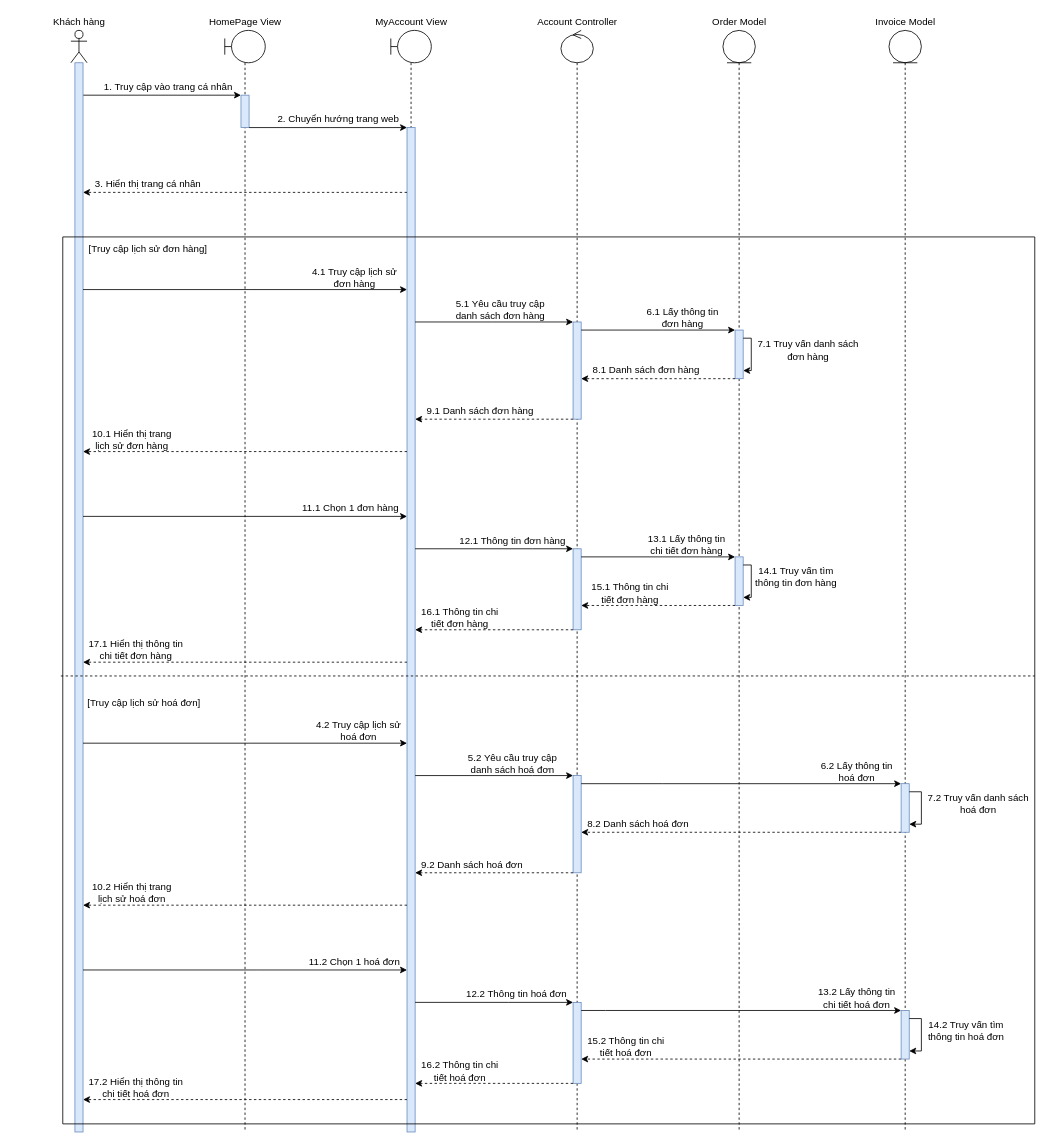
The draw.io diagram Nam3_HK1/CNPM_SoftTech/Sequence Diagrams/Nguyên Lộc/SD_XemLịchSửMuaHàng.drawio in EdgarIgnite16/SGU-Course, before the edit. Source tidied: cells renumbered, new cells numbered last; positions are measured from the earlier drawing's top-left corner, leaving out a move shared by most shapes. Both pictures are drawn from the tidied source at 81%, with x=0, y=0 at pixel (46, 14).
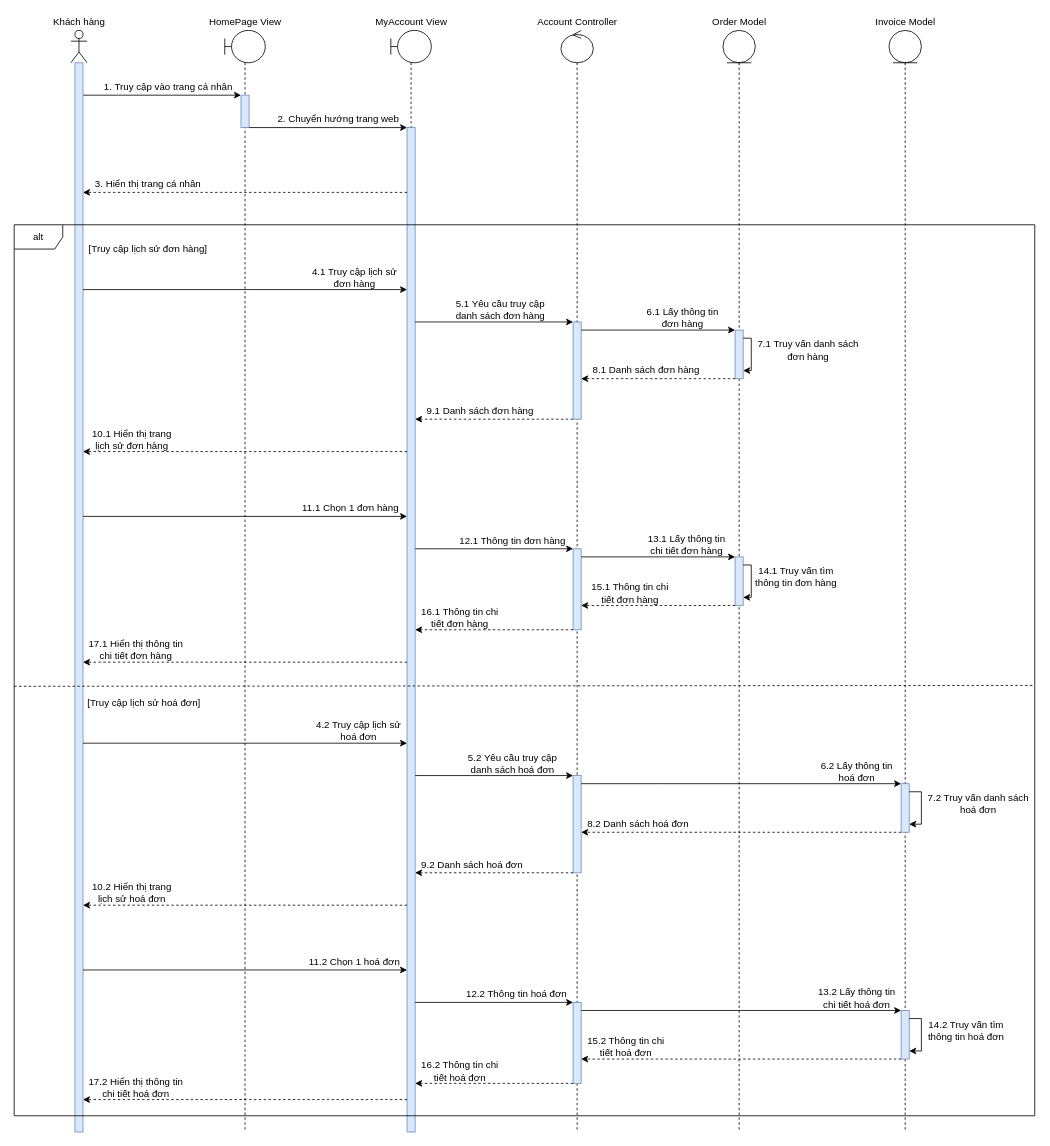
Above is the later version.

The edit, as a diff of the source:
```diff
@@
-    <mxCell id="89" style="swimlane;startSize=0;" parent="1" vertex="1">
-      <mxGeometry x="20" y="275" width="1200" height="1095" as="geometry" />
-    </mxCell>
-    <mxCell id="90" style="endArrow=none;dashed=1;html=1;rounded=0;exitX=-0.002;exitY=0.495;exitDx=0;exitDy=0;entryX=1;entryY=0.495;entryDx=0;entryDy=0;entryPerimeter=0;exitPerimeter=0;" parent="1" edge="1" source="89" target="89">
-      <mxGeometry relative="1" as="geometry" />
-    </mxCell>
+    <mxCell id="91" value="alt" style="shape=umlFrame;whiteSpace=wrap;html=1;" parent="1" vertex="1">
+      <mxGeometry x="-40" y="260" width="1260" height="1100" as="geometry" />
+    </mxCell>
+    <mxCell id="92" style="endArrow=none;dashed=1;html=1;rounded=0;exitX=0;exitY=0.518;exitDx=0;exitDy=0;exitPerimeter=0;entryX=1;entryY=0.517;entryDx=0;entryDy=0;entryPerimeter=0;" parent="1" edge="1" source="91" target="91">
+      <mxGeometry relative="1" as="geometry" />
+    </mxCell>
```
